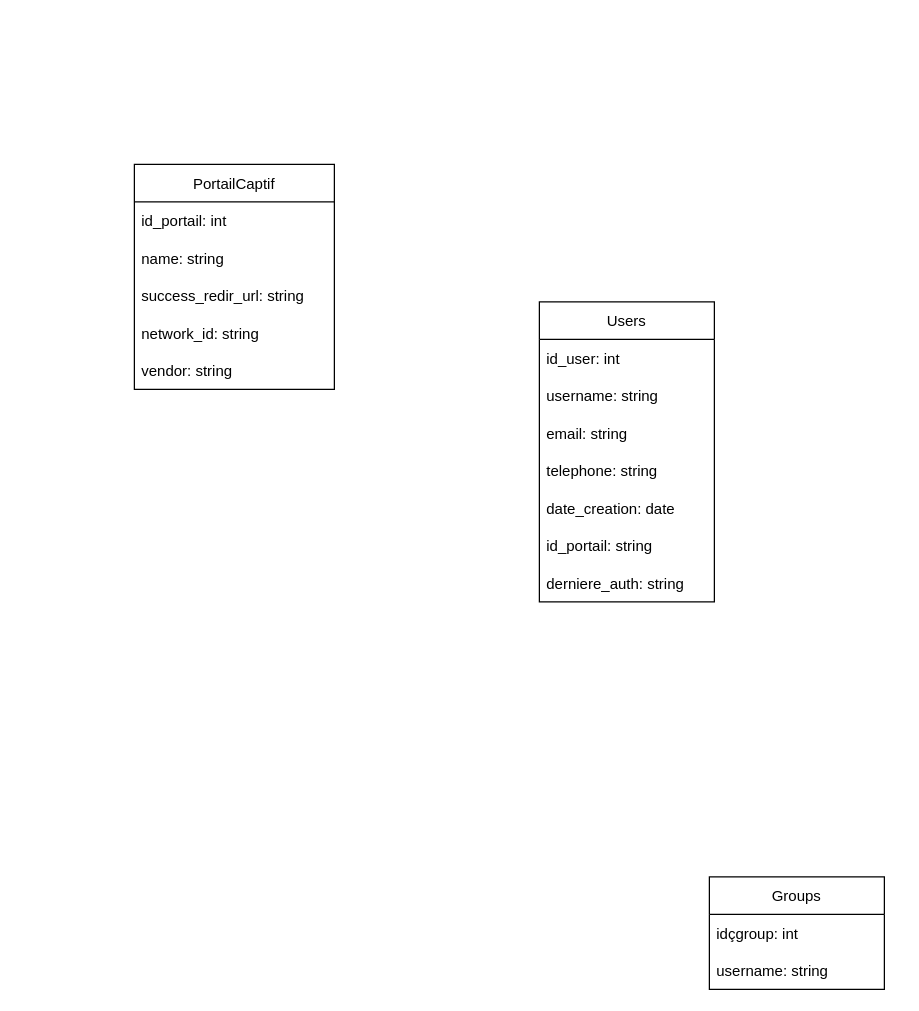
The draw.io diagram classe.drawio in Seynabou12/IDIS, before the edit. Source tidied: cells renumbered, new cells numbered last; positions are measured from the earlier drawing's top-left corner, leaving out a move shared by most shapes. Both pictures are drawn from the tidied source at 125%, with x=0, y=0 at pixel (134, 164).
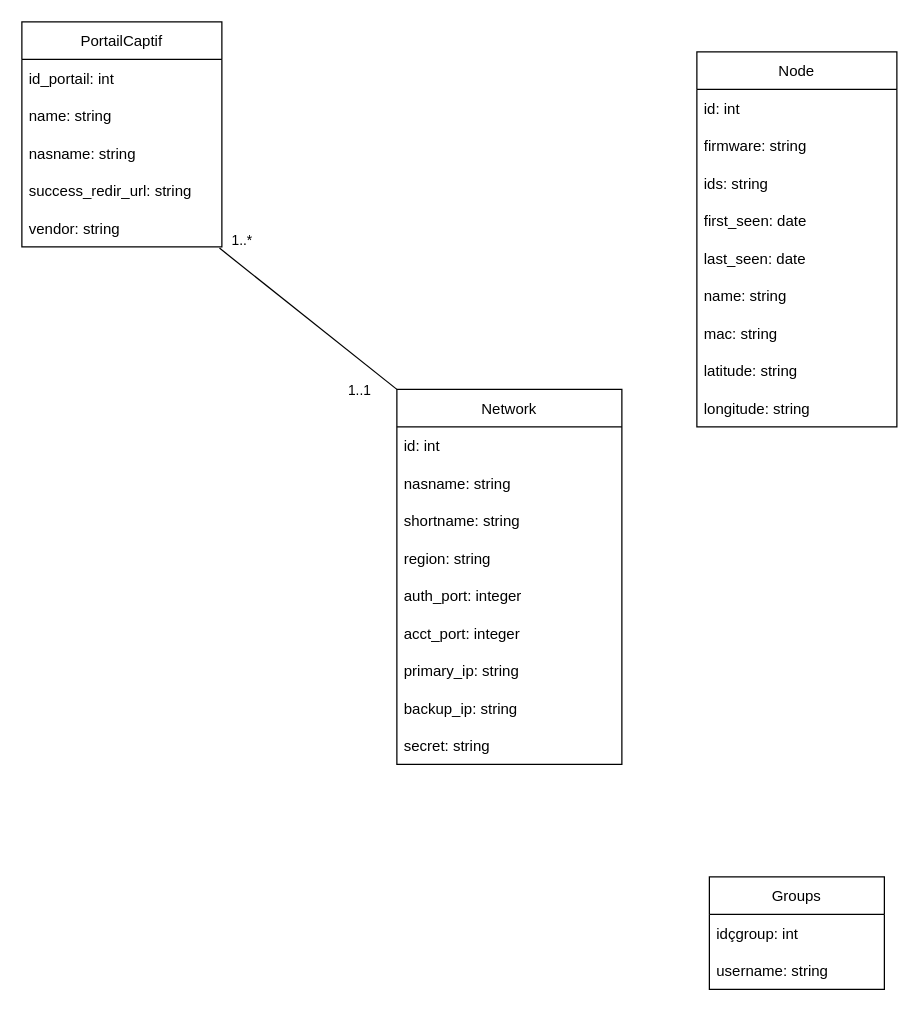
The same page after the edit.

Unchanged cells that the change refers to:
```xml
<mxCell id="18" value="vendor: string" style="text;strokeColor=none;fillColor=none;align=left;verticalAlign=middle;spacingLeft=4;spacingRight=4;overflow=hidden;points=[[0,0.5],[1,0.5]];portConstraint=eastwest;" parent="13" vertex="1">
  <mxGeometry y="150" width="160" height="30" as="geometry" />
</mxCell>
```

The edit, as a diff of the source:
```diff
@@
-    <mxCell id="2" value="Users" style="swimlane;fontStyle=0;horizontal=1;startSize=30;" parent="1" vertex="1">
-      <mxGeometry x="324" y="110" width="140" height="240" as="geometry" />
+    <mxCell id="2" value="Network" style="swimlane;fontStyle=0;horizontal=1;startSize=30;" parent="1" vertex="1">
+      <mxGeometry x="210" y="180" width="180" height="300" as="geometry" />
     </mxCell>
-    <mxCell id="3" value="id_user: int" style="text;strokeColor=none;fillColor=none;align=left;verticalAlign=middle;spacingLeft=4;spacingRight=4;overflow=hidden;" parent="2" vertex="1">
-      <mxGeometry y="30" width="140" height="30" as="geometry" />
+    <mxCell id="3" value="id: int" style="text;strokeColor=none;fillColor=none;align=left;verticalAlign=middle;spacingLeft=4;spacingRight=4;overflow=hidden;" parent="2" vertex="1">
+      <mxGeometry y="30" width="180" height="30" as="geometry" />
     </mxCell>
-    <mxCell id="4" value="username: string" style="text;strokeColor=none;fillColor=none;align=left;verticalAlign=middle;spacingLeft=4;spacingRight=4;overflow=hidden;" parent="2" vertex="1">
-      <mxGeometry y="60" width="140" height="30" as="geometry" />
+    <mxCell id="4" value="nasname: string" style="text;strokeColor=none;fillColor=none;align=left;verticalAlign=middle;spacingLeft=4;spacingRight=4;overflow=hidden;" parent="2" vertex="1">
+      <mxGeometry y="60" width="180" height="30" as="geometry" />
     </mxCell>
+    <mxCell id="19" value="shortname: string" style="text;strokeColor=none;fillColor=none;align=left;verticalAlign=middle;spacingLeft=4;spacingRight=4;overflow=hidden;" parent="2" vertex="1">
+      <mxGeometry y="90" width="180" height="30" as="geometry" />
+    </mxCell>
-    <mxCell id="5" value="email: string" style="text;strokeColor=none;fillColor=none;align=left;verticalAlign=middle;spacingLeft=4;spacingRight=4;overflow=hidden;" parent="2" vertex="1">
-      <mxGeometry y="90" width="140" height="30" as="geometry" />
+    <mxCell id="5" value="region: string" style="text;strokeColor=none;fillColor=none;align=left;verticalAlign=middle;spacingLeft=4;spacingRight=4;overflow=hidden;" parent="2" vertex="1">
+      <mxGeometry y="120" width="180" height="30" as="geometry" />
     </mxCell>
-    <mxCell id="6" value="telephone: string" style="text;strokeColor=none;fillColor=none;align=left;verticalAlign=middle;spacingLeft=4;spacingRight=4;overflow=hidden;" parent="2" vertex="1">
-      <mxGeometry y="120" width="140" height="30" as="geometry" />
+    <mxCell id="6" value="auth_port: integer" style="text;strokeColor=none;fillColor=none;align=left;verticalAlign=middle;spacingLeft=4;spacingRight=4;overflow=hidden;" parent="2" vertex="1">
+      <mxGeometry y="150" width="180" height="30" as="geometry" />
     </mxCell>
-    <mxCell id="7" value="date_creation: date" style="text;strokeColor=none;fillColor=none;align=left;verticalAlign=middle;spacingLeft=4;spacingRight=4;overflow=hidden;" parent="2" vertex="1">
-      <mxGeometry y="150" width="140" height="30" as="geometry" />
+    <mxCell id="7" value="acct_port: integer" style="text;strokeColor=none;fillColor=none;align=left;verticalAlign=middle;spacingLeft=4;spacingRight=4;overflow=hidden;" parent="2" vertex="1">
+      <mxGeometry y="180" width="180" height="30" as="geometry" />
     </mxCell>
-    <mxCell id="8" value="id_portail: string" style="text;strokeColor=none;fillColor=none;align=left;verticalAlign=middle;spacingLeft=4;spacingRight=4;overflow=hidden;" parent="2" vertex="1">
-      <mxGeometry y="180" width="140" height="30" as="geometry" />
+    <mxCell id="8" value="primary_ip: string" style="text;strokeColor=none;fillColor=none;align=left;verticalAlign=middle;spacingLeft=4;spacingRight=4;overflow=hidden;" parent="2" vertex="1">
+      <mxGeometry y="210" width="180" height="30" as="geometry" />
     </mxCell>
-    <mxCell id="9" value="derniere_auth: string" style="text;strokeColor=none;fillColor=none;align=left;verticalAlign=middle;spacingLeft=4;spacingRight=4;overflow=hidden;" parent="2" vertex="1">
-      <mxGeometry y="210" width="140" height="30" as="geometry" />
+    <mxCell id="9" value="backup_ip: string" style="text;strokeColor=none;fillColor=none;align=left;verticalAlign=middle;spacingLeft=4;spacingRight=4;overflow=hidden;" parent="2" vertex="1">
+      <mxGeometry y="240" width="180" height="30" as="geometry" />
     </mxCell>
+    <mxCell id="20" value="secret: string" style="text;strokeColor=none;fillColor=none;align=left;verticalAlign=middle;spacingLeft=4;spacingRight=4;overflow=hidden;" parent="2" vertex="1">
+      <mxGeometry y="270" width="180" height="30" as="geometry" />
+    </mxCell>
@@
+    <mxCell id="21" style="edgeStyle=none;html=1;endArrow=none;endFill=0;exitX=0.988;exitY=1.033;exitDx=0;exitDy=0;exitPerimeter=0;entryX=0;entryY=0;entryDx=0;entryDy=0;" parent="1" edge="1" source="18" target="2">
+      <mxGeometry relative="1" as="geometry" />
+    </mxCell>
+    <mxCell id="22" value="1..*" style="edgeLabel;html=1;align=center;verticalAlign=middle;" parent="21" vertex="1">
+      <mxGeometry x="-0.77" y="-1" relative="1" as="geometry">
+        <mxPoint x="2" y="-20" as="offset" />
+      </mxGeometry>
+    </mxCell>
+    <mxCell id="23" value="1..1" style="edgeLabel;html=1;align=center;verticalAlign=middle;" parent="21" vertex="1">
+      <mxGeometry x="0.74" relative="1" as="geometry">
+        <mxPoint x="-12" y="15" as="offset" />
+      </mxGeometry>
+    </mxCell>
     <mxCell id="13" value="PortailCaptif" style="swimlane;fontStyle=0;horizontal=1;startSize=30;" parent="1" vertex="1">
-      <mxGeometry width="160" height="180" as="geometry" />
+      <mxGeometry x="-90" y="-114" width="160" height="180" as="geometry" />
     </mxCell>
@@
+    <mxCell id="24" value="nasname: string" style="text;strokeColor=none;fillColor=none;align=left;verticalAlign=middle;spacingLeft=4;spacingRight=4;overflow=hidden;" parent="13" vertex="1">
+      <mxGeometry y="90" width="160" height="30" as="geometry" />
+    </mxCell>
     <mxCell id="16" value="success_redir_url: string" style="text;strokeColor=none;fillColor=none;align=left;verticalAlign=middle;spacingLeft=4;spacingRight=4;overflow=hidden;" parent="13" vertex="1">
-      <mxGeometry y="90" width="160" height="30" as="geometry" />
+      <mxGeometry y="120" width="160" height="30" as="geometry" />
     </mxCell>
-    <mxCell id="17" value="network_id: string" style="text;strokeColor=none;fillColor=none;align=left;verticalAlign=middle;spacingLeft=4;spacingRight=4;overflow=hidden;" parent="13" vertex="1">
-      <mxGeometry y="120" width="160" height="30" as="geometry" />
-    </mxCell>
@@
+    <mxCell id="25" value="Node" style="swimlane;fontStyle=0;horizontal=1;startSize=30;" parent="1" vertex="1">
+      <mxGeometry x="450" y="-90" width="160" height="300" as="geometry" />
+    </mxCell>
+    <mxCell id="26" value="id: int" style="text;strokeColor=none;fillColor=none;align=left;verticalAlign=middle;spacingLeft=4;spacingRight=4;overflow=hidden;" parent="25" vertex="1">
+      <mxGeometry y="30" width="160" height="30" as="geometry" />
+    </mxCell>
+    <mxCell id="27" value="firmware: string" style="text;strokeColor=none;fillColor=none;align=left;verticalAlign=middle;spacingLeft=4;spacingRight=4;overflow=hidden;" parent="25" vertex="1">
+      <mxGeometry y="60" width="160" height="30" as="geometry" />
+    </mxCell>
+    <mxCell id="28" value="ids: string" style="text;strokeColor=none;fillColor=none;align=left;verticalAlign=middle;spacingLeft=4;spacingRight=4;overflow=hidden;" parent="25" vertex="1">
+      <mxGeometry y="90" width="160" height="30" as="geometry" />
+    </mxCell>
+    <mxCell id="29" value="first_seen: date" style="text;strokeColor=none;fillColor=none;align=left;verticalAlign=middle;spacingLeft=4;spacingRight=4;overflow=hidden;" parent="25" vertex="1">
+      <mxGeometry y="120" width="160" height="30" as="geometry" />
+    </mxCell>
+    <mxCell id="30" value="last_seen: date" style="text;strokeColor=none;fillColor=none;align=left;verticalAlign=middle;spacingLeft=4;spacingRight=4;overflow=hidden;" parent="25" vertex="1">
+      <mxGeometry y="150" width="160" height="30" as="geometry" />
+    </mxCell>
+    <mxCell id="31" value="name: string" style="text;strokeColor=none;fillColor=none;align=left;verticalAlign=middle;spacingLeft=4;spacingRight=4;overflow=hidden;" parent="25" vertex="1">
+      <mxGeometry y="180" width="160" height="30" as="geometry" />
+    </mxCell>
+    <mxCell id="32" value="mac: string" style="text;strokeColor=none;fillColor=none;align=left;verticalAlign=middle;spacingLeft=4;spacingRight=4;overflow=hidden;" parent="25" vertex="1">
+      <mxGeometry y="210" width="160" height="30" as="geometry" />
+    </mxCell>
+    <mxCell id="33" value="latitude: string" style="text;strokeColor=none;fillColor=none;align=left;verticalAlign=middle;spacingLeft=4;spacingRight=4;overflow=hidden;" parent="25" vertex="1">
+      <mxGeometry y="240" width="160" height="30" as="geometry" />
+    </mxCell>
+    <mxCell id="34" value="longitude: string" style="text;strokeColor=none;fillColor=none;align=left;verticalAlign=middle;spacingLeft=4;spacingRight=4;overflow=hidden;" parent="25" vertex="1">
+      <mxGeometry y="270" width="160" height="30" as="geometry" />
+    </mxCell>
```
